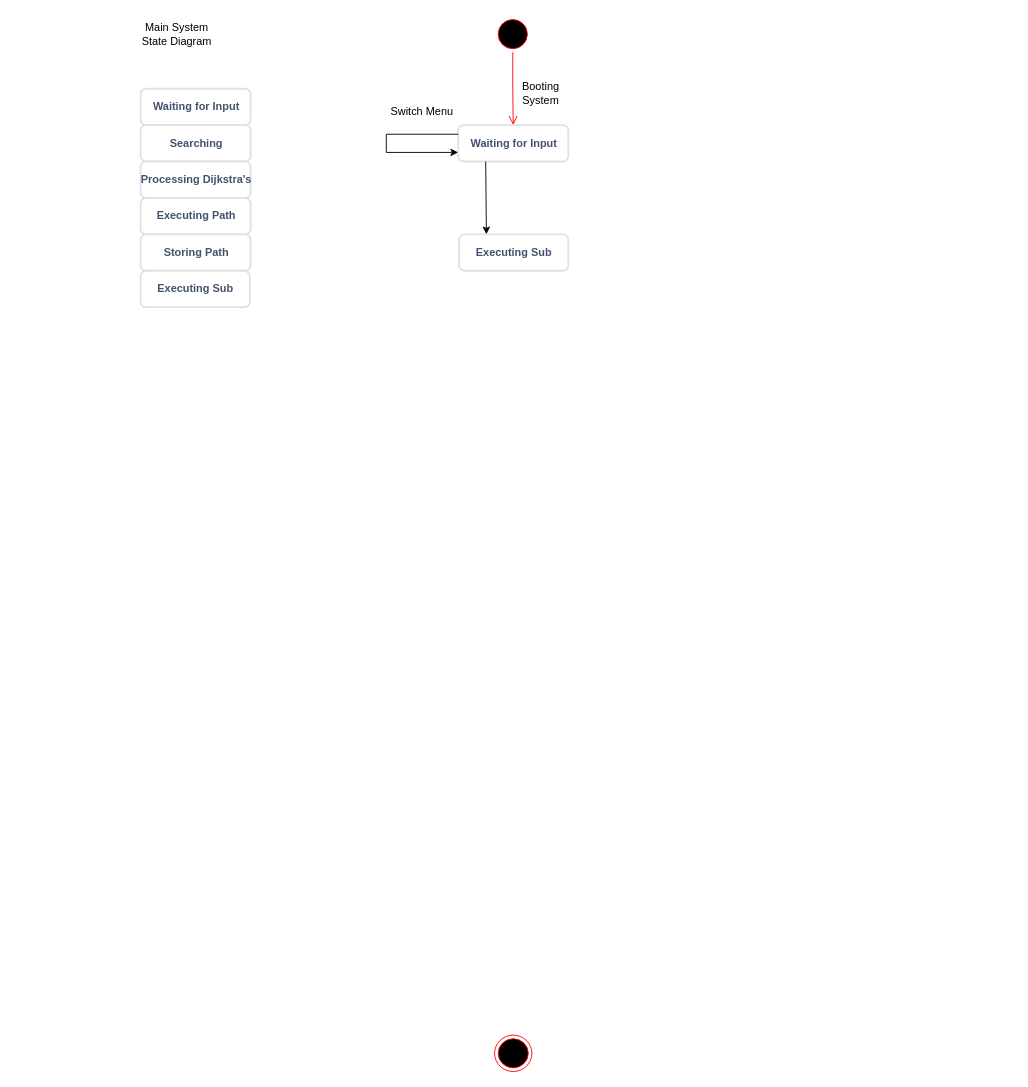
Earlier version of the draw.io diagram page "State Diagram" (1 of 4) of Algorithms and Further Breakdown.drawio (chilliconkearney/College-Work). Source tidied: cells renumbered, new cells numbered last; positions are measured from the earlier drawing's top-left corner, leaving out a move shared by most shapes. Both pictures are drawn from the tidied source at 91%, with x=0, y=0 at pixel (131, 15).
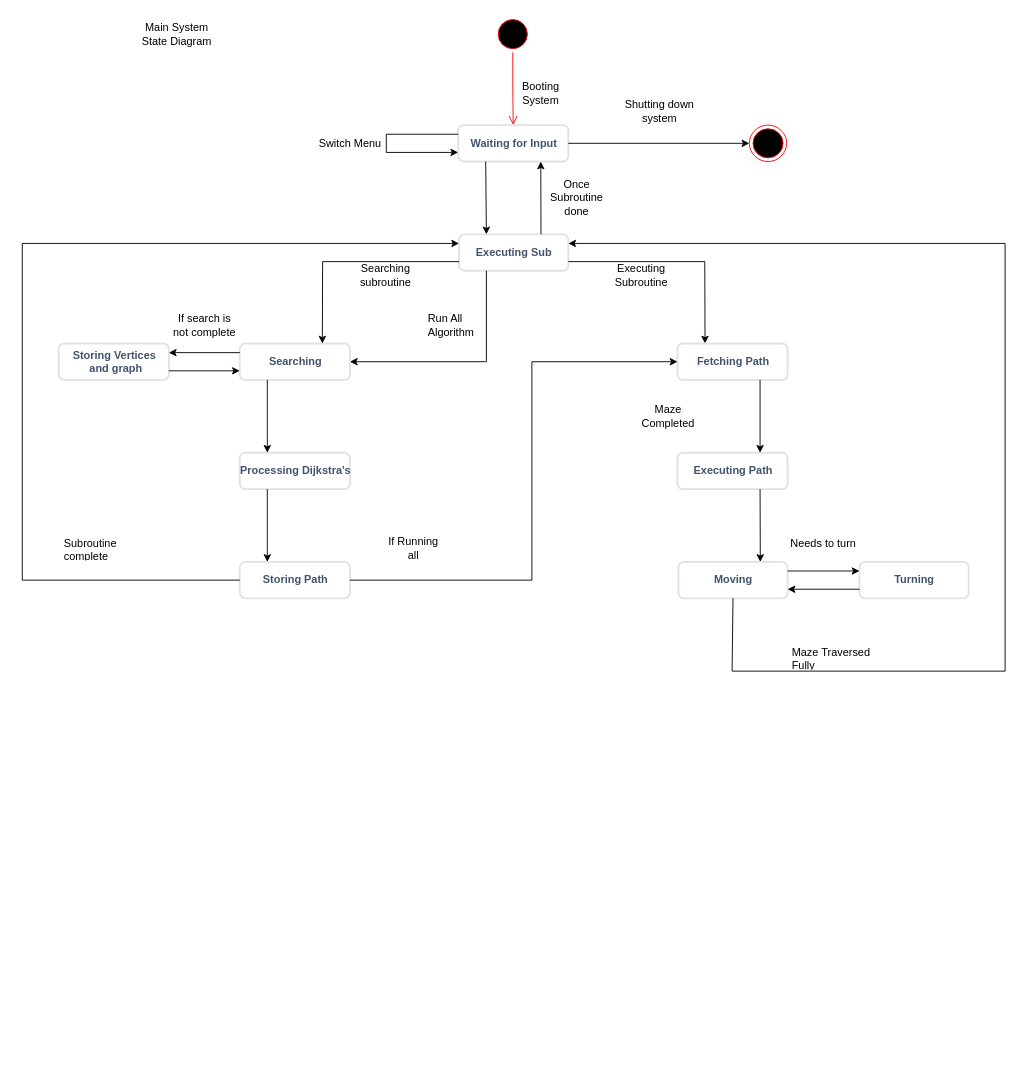
The same diagram, later.

Unchanged cells that the change refers to:
```xml
<mxCell id="11" value="Waiting for Input" style="dashed=0;html=1;rounded=1;strokeColor=#DFE1E6;fontSize=12;align=center;fontStyle=1;strokeWidth=2;fontColor=#42526E;" parent="1" vertex="1">
  <mxGeometry x="359" y="120" width="121" height="40" as="geometry" />
</mxCell>
<mxCell id="16" value="Executing Sub" style="dashed=0;html=1;rounded=1;strokeColor=#DFE1E6;fontSize=12;align=center;fontStyle=1;strokeWidth=2;fontColor=#42526E;" parent="1" vertex="1">
  <mxGeometry x="360" y="240" width="120" height="40" as="geometry" />
</mxCell>
```

What changed in the source:
```diff
@@
     <mxCell id="4" style="ellipse;html=1;shape=endState;fillColor=#000000;strokeColor=#ff0000;" parent="1" vertex="1">
-      <mxGeometry x="399" y="1120" width="41" height="40" as="geometry" />
+      <mxGeometry x="679" y="120" width="41" height="40" as="geometry" />
     </mxCell>
@@
-    <mxCell id="6" value="Waiting for Input" style="dashed=0;html=1;rounded=1;strokeColor=#DFE1E6;fontSize=12;align=center;fontStyle=1;strokeWidth=2;fontColor=#42526E;" parent="1" vertex="1">
-      <mxGeometry x="10" y="80" width="121" height="40" as="geometry" />
-    </mxCell>
-    <mxCell id="7" value="Searching" style="dashed=0;html=1;rounded=1;strokeColor=#DFE1E6;fontSize=12;align=center;fontStyle=1;strokeWidth=2;fontColor=#42526E;" parent="1" vertex="1">
-      <mxGeometry x="10" y="120" width="121" height="40" as="geometry" />
-    </mxCell>
-    <mxCell id="8" value="Processing Dijkstra's" style="dashed=0;html=1;rounded=1;strokeColor=#DFE1E6;fontSize=12;align=center;fontStyle=1;strokeWidth=2;fontColor=#42526E;" parent="1" vertex="1">
-      <mxGeometry x="10" y="160" width="121" height="40" as="geometry" />
-    </mxCell>
-    <mxCell id="9" value="Executing Path" style="dashed=0;html=1;rounded=1;strokeColor=#DFE1E6;fontSize=12;align=center;fontStyle=1;strokeWidth=2;fontColor=#42526E;" parent="1" vertex="1">
-      <mxGeometry x="10" y="200" width="121" height="40" as="geometry" />
-    </mxCell>
     <mxCell id="10" value="Storing Path" style="dashed=0;html=1;rounded=1;strokeColor=#DFE1E6;fontSize=12;align=center;fontStyle=1;strokeWidth=2;fontColor=#42526E;" parent="1" vertex="1">
-      <mxGeometry x="10" y="240" width="121" height="40" as="geometry" />
+      <mxGeometry x="119" y="600" width="121" height="40" as="geometry" />
     </mxCell>
@@
     <mxCell id="14" value="Switch Menu" style="text;html=1;strokeColor=none;fillColor=none;align=center;verticalAlign=middle;whiteSpace=wrap;rounded=0;" parent="1" vertex="1">
-      <mxGeometry x="280" y="90" width="79" height="30" as="geometry" />
+      <mxGeometry x="201" y="125" width="79" height="30" as="geometry" />
     </mxCell>
-    <mxCell id="15" value="Executing Sub" style="dashed=0;html=1;rounded=1;strokeColor=#DFE1E6;fontSize=12;align=center;fontStyle=1;strokeWidth=2;fontColor=#42526E;" parent="1" vertex="1">
-      <mxGeometry x="10" y="280" width="120" height="40" as="geometry" />
-    </mxCell>
@@
+    <mxCell id="18" value="Once Subroutine done" style="text;html=1;strokeColor=none;fillColor=none;align=center;verticalAlign=middle;whiteSpace=wrap;rounded=0;" parent="1" vertex="1">
+      <mxGeometry x="450" y="180" width="79" height="40" as="geometry" />
+    </mxCell>
+    <mxCell id="19" style="endArrow=classic;html=1;rounded=0;exitX=0.75;exitY=0;exitDx=0;exitDy=0;entryX=0.75;entryY=1;entryDx=0;entryDy=0;" parent="1" edge="1" source="16" target="11">
+      <mxGeometry relative="1" as="geometry" />
+    </mxCell>
+    <mxCell id="7" value="Searching" style="dashed=0;html=1;rounded=1;strokeColor=#DFE1E6;fontSize=12;align=center;fontStyle=1;strokeWidth=2;fontColor=#42526E;" parent="1" vertex="1">
+      <mxGeometry x="119" y="360" width="121" height="40" as="geometry" />
+    </mxCell>
+    <mxCell id="20" value="Storing Vertices&lt;br&gt;&amp;nbsp;and graph" style="dashed=0;html=1;rounded=1;strokeColor=#DFE1E6;fontSize=12;align=center;fontStyle=1;strokeWidth=2;fontColor=#42526E;" parent="1" vertex="1">
+      <mxGeometry x="-80" y="360" width="121" height="40" as="geometry" />
+    </mxCell>
+    <mxCell id="21" value="Searching subroutine" style="text;html=1;strokeColor=none;fillColor=none;align=center;verticalAlign=middle;whiteSpace=wrap;rounded=0;" parent="1" vertex="1">
+      <mxGeometry x="240" y="270" width="79" height="30" as="geometry" />
+    </mxCell>
+    <mxCell id="22" style="endArrow=classic;html=1;rounded=0;exitX=0;exitY=0.25;exitDx=0;exitDy=0;entryX=1;entryY=0.25;entryDx=0;entryDy=0;" parent="1" edge="1" source="7" target="20">
+      <mxGeometry relative="1" as="geometry" />
+    </mxCell>
+    <mxCell id="23" value="If search is not complete" style="text;html=1;strokeColor=none;fillColor=none;align=center;verticalAlign=middle;whiteSpace=wrap;rounded=0;" parent="1" vertex="1">
+      <mxGeometry x="41" y="320" width="79" height="40" as="geometry" />
+    </mxCell>
+    <mxCell id="24" style="endArrow=classic;html=1;rounded=0;exitX=1;exitY=0.75;exitDx=0;exitDy=0;entryX=0;entryY=0.75;entryDx=0;entryDy=0;" parent="1" edge="1" source="20" target="7">
+      <mxGeometry relative="1" as="geometry" />
+    </mxCell>
+    <mxCell id="8" value="Processing Dijkstra's" style="dashed=0;html=1;rounded=1;strokeColor=#DFE1E6;fontSize=12;align=center;fontStyle=1;strokeWidth=2;fontColor=#42526E;" parent="1" vertex="1">
+      <mxGeometry x="119" y="480" width="121" height="40" as="geometry" />
+    </mxCell>
+    <mxCell id="25" style="endArrow=classic;html=1;rounded=0;exitX=0.25;exitY=1;exitDx=0;exitDy=0;entryX=0.25;entryY=0;entryDx=0;entryDy=0;" parent="1" edge="1" source="7" target="8">
+      <mxGeometry relative="1" as="geometry" />
+    </mxCell>
+    <mxCell id="26" style="endArrow=classic;html=1;rounded=0;exitX=0.25;exitY=1;exitDx=0;exitDy=0;entryX=0.25;entryY=0;entryDx=0;entryDy=0;" parent="1" edge="1" source="8" target="10">
+      <mxGeometry relative="1" as="geometry" />
+    </mxCell>
+    <mxCell id="27" style="endArrow=classic;html=1;rounded=0;exitX=1;exitY=0.75;exitDx=0;exitDy=0;entryX=0.25;entryY=0;entryDx=0;entryDy=0;" parent="1" edge="1" source="16" target="28">
+      <mxGeometry relative="1" as="geometry">
+        <Array as="points">
+          <mxPoint x="630" y="270" />
+        </Array>
+      </mxGeometry>
+    </mxCell>
+    <mxCell id="28" value="Fetching Path" style="dashed=0;html=1;rounded=1;strokeColor=#DFE1E6;fontSize=12;align=center;fontStyle=1;strokeWidth=2;fontColor=#42526E;" parent="1" vertex="1">
+      <mxGeometry x="600" y="360" width="121" height="40" as="geometry" />
+    </mxCell>
+    <mxCell id="29" value="Executing&lt;br&gt;Subroutine" style="text;html=1;strokeColor=none;fillColor=none;align=center;verticalAlign=middle;whiteSpace=wrap;rounded=0;" parent="1" vertex="1">
+      <mxGeometry x="521" y="270" width="79" height="30" as="geometry" />
+    </mxCell>
+    <mxCell id="9" value="Executing Path" style="dashed=0;html=1;rounded=1;strokeColor=#DFE1E6;fontSize=12;align=center;fontStyle=1;strokeWidth=2;fontColor=#42526E;" parent="1" vertex="1">
+      <mxGeometry x="600" y="480" width="121" height="40" as="geometry" />
+    </mxCell>
+    <mxCell id="30" style="endArrow=classic;html=1;rounded=0;exitX=0.75;exitY=1;exitDx=0;exitDy=0;entryX=0.75;entryY=0;entryDx=0;entryDy=0;" parent="1" edge="1" source="28" target="9">
+      <mxGeometry relative="1" as="geometry" />
+    </mxCell>
+    <mxCell id="31" value="Moving" style="dashed=0;html=1;rounded=1;strokeColor=#DFE1E6;fontSize=12;align=center;fontStyle=1;strokeWidth=2;fontColor=#42526E;" parent="1" vertex="1">
+      <mxGeometry x="601" y="600" width="120" height="40" as="geometry" />
+    </mxCell>
+    <mxCell id="32" value="Turning" style="dashed=0;html=1;rounded=1;strokeColor=#DFE1E6;fontSize=12;align=center;fontStyle=1;strokeWidth=2;fontColor=#42526E;" parent="1" vertex="1">
+      <mxGeometry x="800" y="600" width="120" height="40" as="geometry" />
+    </mxCell>
+    <mxCell id="33" style="endArrow=classic;html=1;rounded=0;exitX=0.75;exitY=1;exitDx=0;exitDy=0;entryX=0.75;entryY=0;entryDx=0;entryDy=0;" parent="1" edge="1" source="9" target="31">
+      <mxGeometry relative="1" as="geometry" />
+    </mxCell>
+    <mxCell id="34" style="endArrow=classic;html=1;rounded=0;exitX=1;exitY=0.25;exitDx=0;exitDy=0;entryX=0;entryY=0.25;entryDx=0;entryDy=0;" parent="1" edge="1" source="31" target="32">
+      <mxGeometry relative="1" as="geometry" />
+    </mxCell>
+    <mxCell id="35" style="endArrow=classic;html=1;rounded=0;exitX=0;exitY=0.75;exitDx=0;exitDy=0;entryX=1;entryY=0.75;entryDx=0;entryDy=0;" parent="1" edge="1" source="32" target="31">
+      <mxGeometry relative="1" as="geometry" />
+    </mxCell>
+    <mxCell id="36" value="Needs to turn" style="text;html=1;strokeColor=none;fillColor=none;align=center;verticalAlign=middle;whiteSpace=wrap;rounded=0;" parent="1" vertex="1">
+      <mxGeometry x="721" y="560" width="79" height="40" as="geometry" />
+    </mxCell>
+    <mxCell id="37" value="Maze Completed" style="text;html=1;strokeColor=none;fillColor=none;align=center;verticalAlign=middle;whiteSpace=wrap;rounded=0;" parent="1" vertex="1">
+      <mxGeometry x="560" y="420" width="60" height="40" as="geometry" />
+    </mxCell>
+    <mxCell id="38" style="endArrow=classic;html=1;rounded=0;exitX=0;exitY=0.75;exitDx=0;exitDy=0;entryX=0.75;entryY=0;entryDx=0;entryDy=0;" parent="1" edge="1" source="16" target="7">
+      <mxGeometry relative="1" as="geometry">
+        <Array as="points">
+          <mxPoint x="210" y="270" />
+        </Array>
+      </mxGeometry>
+    </mxCell>
+    <mxCell id="39" style="endArrow=classic;html=1;rounded=0;exitX=0;exitY=0.5;exitDx=0;exitDy=0;entryX=0;entryY=0.25;entryDx=0;entryDy=0;" parent="1" edge="1" source="10" target="16">
+      <mxGeometry relative="1" as="geometry">
+        <Array as="points">
+          <mxPoint x="-120" y="620" />
+          <mxPoint x="-120" y="250" />
+        </Array>
+      </mxGeometry>
+    </mxCell>
+    <mxCell id="40" style="endArrow=classic;html=1;rounded=0;exitX=0.5;exitY=1;exitDx=0;exitDy=0;entryX=1;entryY=0.25;entryDx=0;entryDy=0;" parent="1" edge="1" source="31" target="16">
+      <mxGeometry relative="1" as="geometry">
+        <Array as="points">
+          <mxPoint x="660" y="720" />
+          <mxPoint x="960" y="720" />
+          <mxPoint x="960" y="250" />
+        </Array>
+      </mxGeometry>
+    </mxCell>
+    <mxCell id="41" value="Subroutine complete" style="text;strokeColor=none;fillColor=none;align=left;verticalAlign=middle;spacingLeft=4;spacingRight=4;overflow=hidden;whiteSpace=wrap;html=1;" parent="1" vertex="1">
+      <mxGeometry x="-80" y="570" width="80" height="30" as="geometry" />
+    </mxCell>
+    <mxCell id="42" value="Maze Traversed Fully" style="text;strokeColor=none;fillColor=none;align=left;verticalAlign=middle;spacingLeft=4;spacingRight=4;overflow=hidden;whiteSpace=wrap;html=1;" parent="1" vertex="1">
+      <mxGeometry x="720" y="690" width="110" height="30" as="geometry" />
+    </mxCell>
+    <mxCell id="43" style="endArrow=classic;html=1;rounded=0;exitX=0.25;exitY=1;exitDx=0;exitDy=0;entryX=1;entryY=0.5;entryDx=0;entryDy=0;" parent="1" edge="1" source="16" target="7">
+      <mxGeometry relative="1" as="geometry">
+        <Array as="points">
+          <mxPoint x="390" y="380" />
+        </Array>
+      </mxGeometry>
+    </mxCell>
+    <mxCell id="44" value="Run All&amp;nbsp; Algorithm" style="text;strokeColor=none;fillColor=none;align=left;verticalAlign=middle;spacingLeft=4;spacingRight=4;overflow=hidden;whiteSpace=wrap;html=1;" parent="1" vertex="1">
+      <mxGeometry x="320" y="320" width="70" height="40" as="geometry" />
+    </mxCell>
+    <mxCell id="45" style="endArrow=classic;html=1;rounded=0;exitX=1;exitY=0.5;exitDx=0;exitDy=0;entryX=0;entryY=0.5;entryDx=0;entryDy=0;" parent="1" edge="1" source="10" target="28">
+      <mxGeometry relative="1" as="geometry">
+        <Array as="points">
+          <mxPoint x="440" y="620" />
+          <mxPoint x="440" y="380" />
+        </Array>
+      </mxGeometry>
+    </mxCell>
+    <mxCell id="46" value="If Running all" style="text;html=1;strokeColor=none;fillColor=none;align=center;verticalAlign=middle;whiteSpace=wrap;rounded=0;" parent="1" vertex="1">
+      <mxGeometry x="280" y="570" width="60" height="30" as="geometry" />
+    </mxCell>
+    <mxCell id="47" style="endArrow=classic;html=1;rounded=0;exitX=1;exitY=0.5;exitDx=0;exitDy=0;entryX=0;entryY=0.5;entryDx=0;entryDy=0;" parent="1" edge="1" source="11" target="4">
+      <mxGeometry relative="1" as="geometry" />
+    </mxCell>
+    <mxCell id="48" value="Shutting down system" style="text;html=1;strokeColor=none;fillColor=none;align=center;verticalAlign=middle;whiteSpace=wrap;rounded=0;" parent="1" vertex="1">
+      <mxGeometry x="521" y="90" width="119" height="30" as="geometry" />
+    </mxCell>
```
